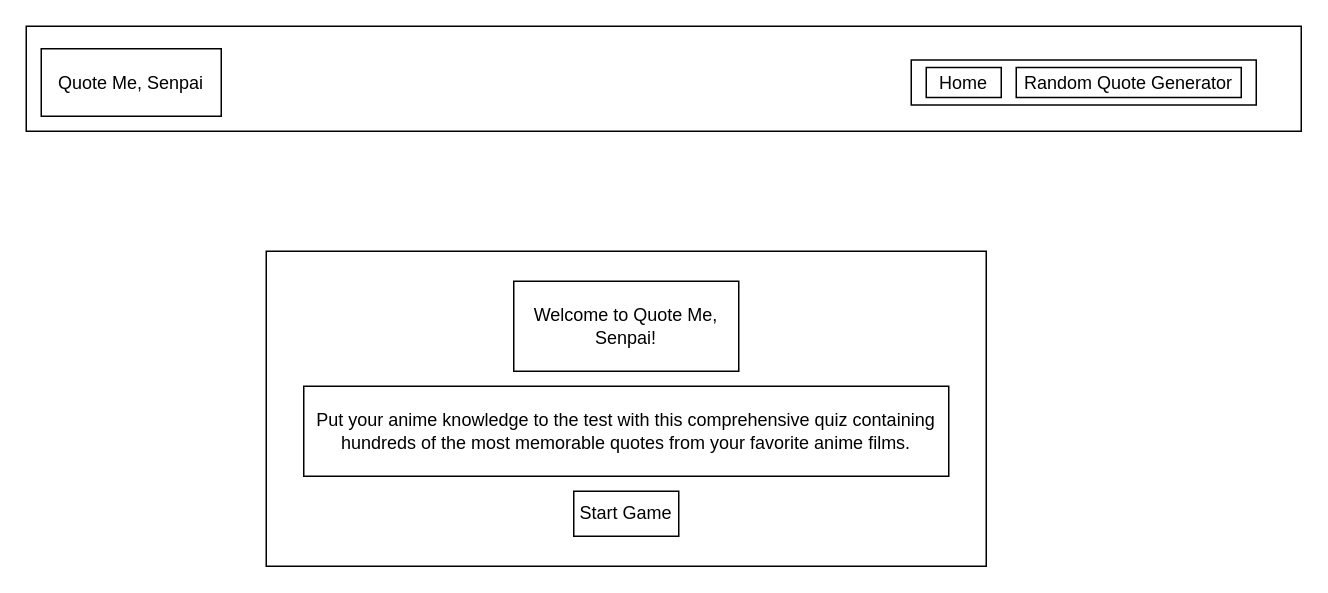
This is page "Title Page" (1 of 2) of diagram.drawio from holgateb/quote-me-senpai, a draw.io file, before an edit. Source tidied: cells renumbered, new cells numbered last; positions are measured from the earlier drawing's top-left corner, leaving out a move shared by most shapes. Both pictures are drawn from the tidied source at 150%, with x=0, y=0 at pixel (26, 26).
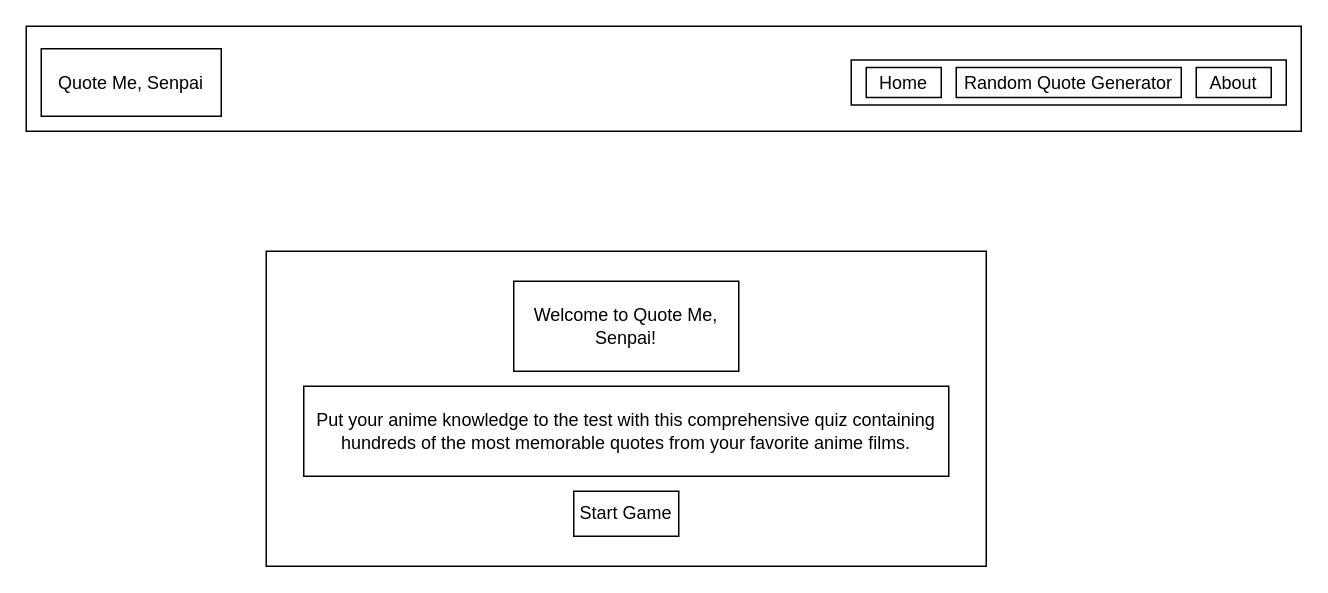
After the change.

Diff of the diagram source:
```diff
@@
 <mxGraphModel>
   <root>
     <mxCell id="0" />
     <mxCell id="1" parent="0" />
     <mxCell id="2" style="rounded=0;whiteSpace=wrap;html=1;fontSize=12;" parent="1" vertex="1">
       <mxGeometry width="850" height="70" as="geometry" />
     </mxCell>
     <mxCell id="3" value="Quote Me, Senpai" style="rounded=0;whiteSpace=wrap;html=1;" parent="1" vertex="1">
       <mxGeometry x="10" y="15" width="120" height="45" as="geometry" />
     </mxCell>
     <mxCell id="4" style="rounded=0;whiteSpace=wrap;html=1;" parent="1" vertex="1">
       <mxGeometry x="160" y="150" width="480" height="210" as="geometry" />
     </mxCell>
     <mxCell id="5" style="rounded=0;whiteSpace=wrap;html=1;" parent="1" vertex="1">
-      <mxGeometry x="590" y="22.5" width="230" height="30" as="geometry" />
+      <mxGeometry x="550" y="22.5" width="290" height="30" as="geometry" />
     </mxCell>
     <mxCell id="6" value="Random Quote Generator" style="rounded=0;whiteSpace=wrap;html=1;" parent="1" vertex="1">
-      <mxGeometry x="660" y="27.5" width="150" height="20" as="geometry" />
+      <mxGeometry x="620" y="27.5" width="150" height="20" as="geometry" />
     </mxCell>
     <mxCell id="7" value="Home" style="rounded=0;whiteSpace=wrap;html=1;" parent="1" vertex="1">
-      <mxGeometry x="600" y="27.5" width="50" height="20" as="geometry" />
+      <mxGeometry x="560" y="27.5" width="50" height="20" as="geometry" />
     </mxCell>
     <mxCell id="8" value="&lt;font style=&quot;font-size: 12px&quot;&gt;Start Game&lt;/font&gt;" style="rounded=0;whiteSpace=wrap;html=1;fontSize=7;" parent="1" vertex="1">
       <mxGeometry x="365" y="310" width="70" height="30" as="geometry" />
     </mxCell>
     <mxCell id="9" value="Welcome to Quote Me, Senpai!" style="rounded=0;whiteSpace=wrap;html=1;fontSize=12;" parent="1" vertex="1">
       <mxGeometry x="325" y="170" width="150" height="60" as="geometry" />
     </mxCell>
     <mxCell id="10" value="Put your anime knowledge to the test with this comprehensive quiz containing hundreds of the most memorable quotes from your favorite anime films." style="rounded=0;whiteSpace=wrap;html=1;" parent="1" vertex="1">
       <mxGeometry x="185" y="240" width="430" height="60" as="geometry" />
     </mxCell>
+    <mxCell id="11" value="About" style="rounded=0;whiteSpace=wrap;html=1;" parent="1" vertex="1">
+      <mxGeometry x="780" y="27.5" width="50" height="20" as="geometry" />
+    </mxCell>
   </root>
 </mxGraphModel>
```
